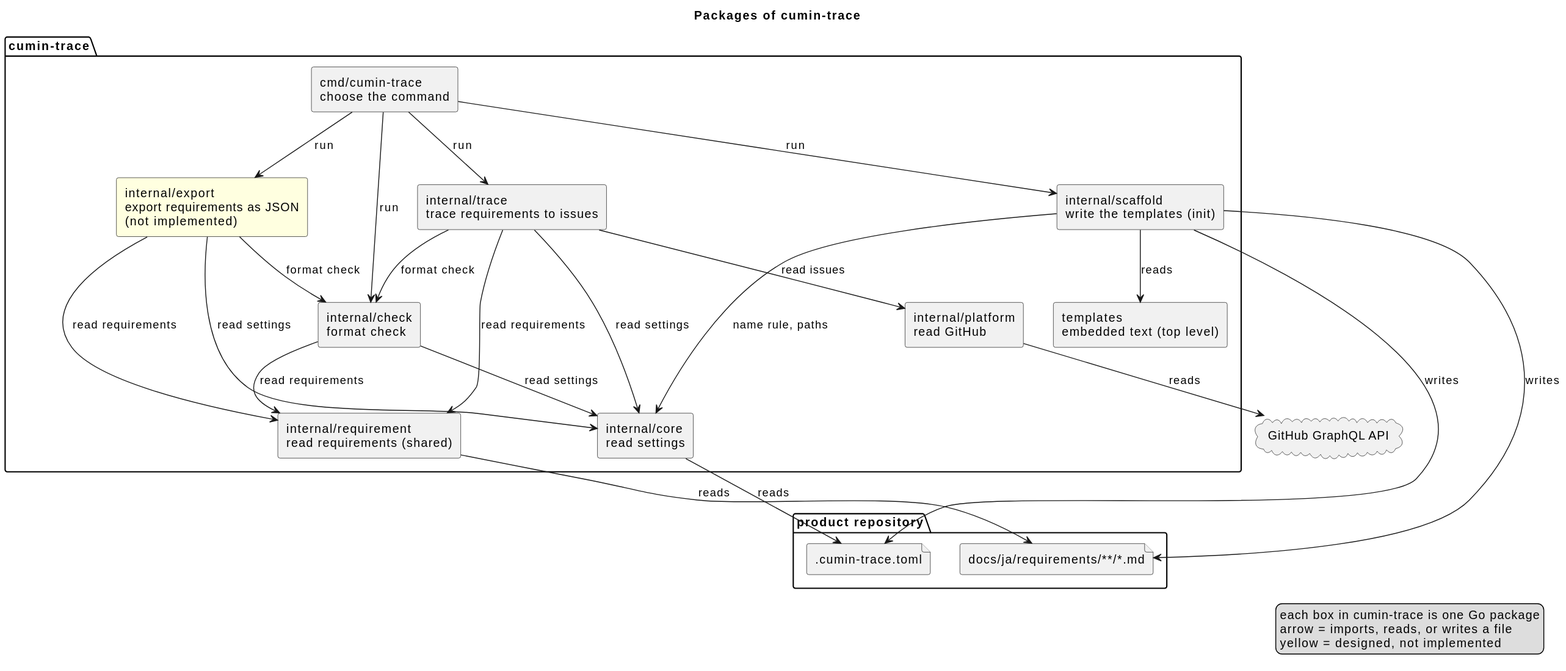
The PlantUML diagram docs/ja/architecture/overview.svg in cloveclovedev/cumin-trace, before a commit.
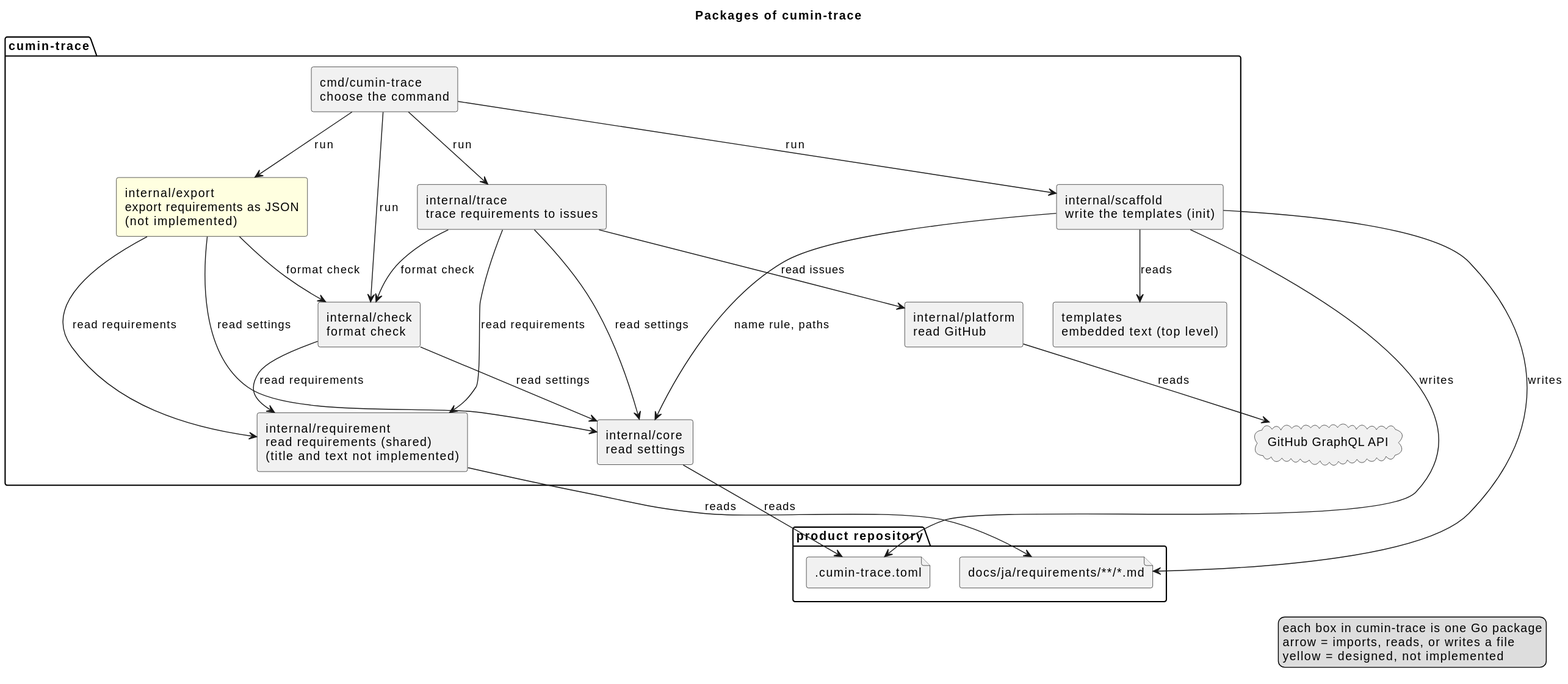
After the commit.

What changed in the source:
```diff
@@ -11,7 +11,7 @@
 package "cumin-trace" {
   [cmd/cumin-trace\nchoose the command] as cmd
   [internal/check\nformat check] as check
-  [internal/requirement\nread requirements (shared)] as requirement
+  [internal/requirement\nread requirements (shared)\n(title and text not implemented)] as requirement
   [internal/core\nread settings] as core
   [internal/scaffold\nwrite the templates (init)] as scaffold
   [templates\nembedded text (top level)] as templates
```
